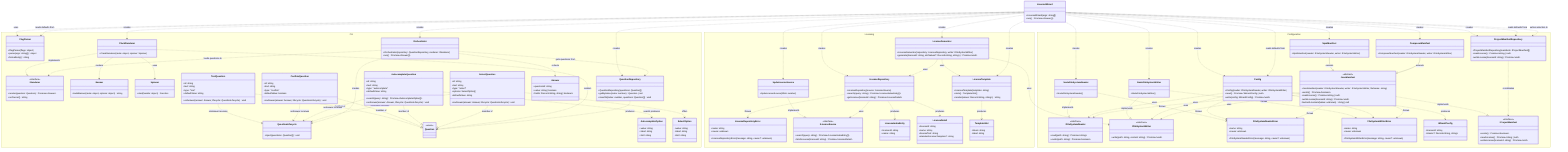
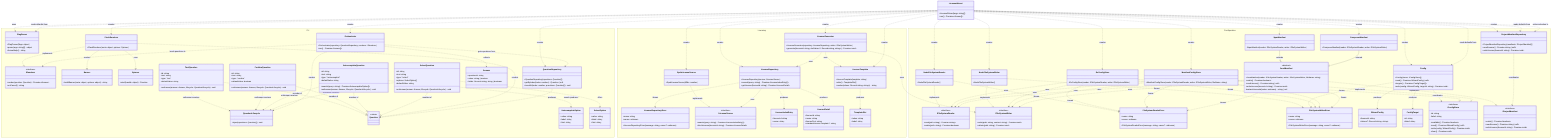
classDiagram
  direction TB

  class LicenseWizard {
    +LicenseWizard(args: string[])
    +run() Promise~Answer[]~
  }

  namespace CLI {
    class FlagParser {
      +FlagParser(flags: object)
      +parse(args: string[]) object
      +formatHelp() string
    }

    class Orchestrator {
      +Orchestrator(repository: QuestionRepository, renderer: IRenderer)
      +run() Promise~Answer[]~
    }

    class IRenderer {
      <<interface>>
      +render(question: Question) Promise~Answer~
      +onCancel() string
    }

    class ClackRenderer {
      +ClackRenderer(meta: object, spinner: Spinner)
    }

    class Banner {
      +buildBanner(meta: object, options: object) string
    }

    class Spinner {
      +start(handle: object) Function
    }

    class QuestionRepository {
      +QuestionRepository(questions: Question[])
      +getByIndex(index: number) Question | null
      +insertAt(index: number, questions: Question[]) void
    }

    class QuestionLifecycle {
      +inject(questions: Question[]) void
    }

    class Question {
      <<union>>
    }

    class TextQuestion {
      +id: string
      +text: string
      +type: "text"
      +defaultValue: string
      +onAnswer(answer: Answer, lifecycle: QuestionLifecycle) void
    }

    class ConfirmQuestion {
      +id: string
      +text: string
      +type: "confirm"
      +defaultValue: boolean
      +onAnswer(answer: Answer, lifecycle: QuestionLifecycle) void
    }

    class AutocompleteQuestion {
      +id: string
      +text: string
      +type: "autocomplete"
      +defaultValue: string
      +search(query: string) Promise~AutocompleteOption[]~
      +onAnswer(answer: Answer, lifecycle: QuestionLifecycle) void
    }

    class AutocompleteOption {
      +value: string
      +label: string
      +hint: string
    }

    class SelectQuestion {
      +id: string
      +text: string
      +type: "select"
      +options: SelectOption[]
      +defaultValue: string
      +onAnswer(answer: Answer, lifecycle: QuestionLifecycle) void
    }

    class SelectOption {
      +value: string
      +label: string
      +hint: string
    }

    class Answer {
      +questionId: string
      +value: string | boolean
      +fields: Record~string, string | boolean~
    }
  }

  namespace Licensing {
    class LicenseRepository {
      +LicenseRepository(source: ILicenseSource)
      +search(query: string) Promise~LicenseIndexEntry[]~
      +getLicense(licenseId: string) Promise~LicenseDetail~
    }

    class LicenseRepositoryError {
      +name: string
      +cause: unknown
      +LicenseRepositoryError(message: string, cause?: unknown)
    }

    class ILicenseSource {
      <<interface>>
      +search(query: string) Promise~LicenseIndexEntry[]~
      +fetchLicense(licenseId: string) Promise~LicenseDetail~
    }

    class SpdxLicenseSource {
      +SpdxLicenseSource(ttlMs: number)
    }

    class LicenseIndexEntry {
      +licenseId: string
      +name: string
    }

    class LicenseDetail {
      +licenseId: string
      +name: string
      +licenseText: string
      +standardLicenseTemplate?: string
    }

    class LicenseTemplate {
      +LicenseTemplate(template: string)
      +slots() TemplateSlot[]
      +render(values: Record~string, string~) string
    }

    class TemplateSlot {
      +token: string
      +label: string
    }

    class LicenseGenerator {
      +LicenseGenerator(repository: LicenseRepository, writer: IFileSystemWriter)
      +generate(licenseId: string, slotValues?: Record~string, string~) Promise~void~
    }
  }

  namespace Configuration {
    class IFileSystemReader {
      <<interface>>
      +read(path: string) Promise~string~
      +exists(path: string) Promise~boolean~
    }

    class IFileSystemWriter {
      <<interface>>
      +write(path: string, content: string) Promise~void~
+       +delete(path: string) Promise~void~
    }

    class NodeFileSystemReader {
      +NodeFileSystemReader()
    }

    class NodeFileSystemWriter {
      +NodeFileSystemWriter()
    }

    class FileSystemReaderError {
      +name: string
      +cause: unknown
      +FileSystemReaderError(message: string, cause?: unknown)
    }

    class FileSystemWriterError {
      +name: string
      +cause: unknown
      +FileSystemWriterError(message: string, cause?: unknown)
    }

    class WizardConfig {
      +licenseId: string
      +tokens?: Record~string, string~
    }

-     class Config {
-       +Config(reader: IFileSystemReader, writer: IFileSystemWriter)
+     class ConfigTarget {
+       +id: string
+       +label: string
+     }
+ 
+     class IConfigStore {
+       <<interface>>
+       +id: string
+       +label: string
+       +available() Promise~boolean~
      +read() Promise~WizardConfig | null~
      +write(config: WizardConfig) Promise~void~
+       +clear() Promise~void~
+     }
+ 
+     class RcConfigStore {
+       +RcConfigStore(reader: IFileSystemReader, writer: IFileSystemWriter)
+     }
+ 
+     class ManifestConfigStore {
+       +ManifestConfigStore(reader: IFileSystemReader, writer: IFileSystemWriter, fileName: string)
+     }
+ 
+     class Config {
+       +Config(stores: IConfigStore[])
+       +read() Promise~WizardConfig | null~
+       +targets() Promise~ConfigTarget[]~
+       +write(config: WizardConfig, targetId: string) Promise~void~
    }

    class IProjectManifest {
      <<interface>>
      +exists() Promise~boolean~
      +readLicense() Promise~string | null~
      +writeLicense(licenseId: string) Promise~void~
    }

    class JsonManifest {
      <<abstract>>
      +JsonManifest(reader: IFileSystemReader, writer: IFileSystemWriter, fileName: string)
      +exists() Promise~boolean~
      +readLicense() Promise~string | null~
      +writeLicense(licenseId: string) Promise~void~
      #extractLicenseId(value: unknown)* string | null
    }

    class NpmManifest {
      +NpmManifest(reader: IFileSystemReader, writer: IFileSystemWriter)
    }

    class ComposerManifest {
      +ComposerManifest(reader: IFileSystemReader, writer: IFileSystemWriter)
    }

    class ProjectManifestRepository {
      +ProjectManifestRepository(manifests: IProjectManifest[])
      +readLicense() Promise~string | null~
      +writeLicense(licenseId: string) Promise~void~
    }
  }

  TextQuestion ..|> Question : member of
  ConfirmQuestion ..|> Question : member of
  AutocompleteQuestion ..|> Question : member of
  SelectQuestion ..|> Question : member of
  TextQuestion ..> QuestionLifecycle : onAnswer receives
  ConfirmQuestion ..> QuestionLifecycle : onAnswer receives
  AutocompleteQuestion ..> QuestionLifecycle : onAnswer receives
  SelectQuestion ..> QuestionLifecycle : onAnswer receives
  SelectQuestion ..> SelectOption : offers
  Orchestrator ..> QuestionLifecycle : creates
  ClackRenderer ..|> IRenderer : implements
  ClackRenderer ..> Spinner : uses
  ClackRenderer ..> Banner : renders
  LicenseWizard ..> FlagParser : uses
  LicenseWizard ..> FlagParser : reads defaults from
  LicenseWizard ..> QuestionRepository : creates
  LicenseWizard ..> ClackRenderer : creates
  LicenseWizard ..> Orchestrator : creates
  LicenseWizard ..> SpdxLicenseSource : creates
  LicenseWizard ..> LicenseRepository : creates
  LicenseWizard ..> LicenseGenerator : creates
  Orchestrator ..> QuestionRepository : gets questions from
  Orchestrator ..> IRenderer : feeds questions to
  ClackRenderer ..> Question : renders
  QuestionRepository ..> Question : produces
  AutocompleteQuestion ..> AutocompleteOption : search produces
  Orchestrator ..> Answer : collects
  SpdxLicenseSource ..|> ILicenseSource : implements
  LicenseRepository ..> ILicenseSource : uses
  LicenseRepository ..> LicenseIndexEntry : produces
  LicenseRepository ..> LicenseDetail : produces
  LicenseRepository ..> LicenseRepositoryError : throws
  LicenseGenerator ..> LicenseRepository : uses
  LicenseGenerator ..> IFileSystemWriter : uses
  LicenseGenerator ..> LicenseTemplate : uses
  LicenseTemplate ..> TemplateSlot : produces
  LicenseWizard ..> LicenseTemplate : creates
  NodeFileSystemReader ..|> IFileSystemReader : implements
  NodeFileSystemWriter ..|> IFileSystemWriter : implements
  NodeFileSystemReader ..> FileSystemReaderError : throws
  NodeFileSystemWriter ..> FileSystemWriterError : throws
-   Config ..> IFileSystemReader : uses
-   Config ..> IFileSystemWriter : uses
+   Config ..> IConfigStore : coordinates
  Config ..> WizardConfig : produces
-   Config ..> FileSystemReaderError : throws
+   Config ..> ConfigTarget : produces
  Config ..> FileSystemWriterError : throws
+   RcConfigStore ..|> IConfigStore : implements
+   ManifestConfigStore ..|> IConfigStore : implements
+   RcConfigStore ..> IFileSystemReader : uses
+   RcConfigStore ..> IFileSystemWriter : uses
+   RcConfigStore ..> FileSystemReaderError : throws
+   RcConfigStore ..> FileSystemWriterError : throws
+   ManifestConfigStore ..> IFileSystemReader : uses
+   ManifestConfigStore ..> IFileSystemWriter : uses
+   ManifestConfigStore ..> FileSystemReaderError : throws
+   ManifestConfigStore ..> FileSystemWriterError : throws
  JsonManifest ..|> IProjectManifest : implements
  NpmManifest --|> JsonManifest : extends
  ComposerManifest --|> JsonManifest : extends
  JsonManifest ..> IFileSystemReader : uses
  JsonManifest ..> IFileSystemWriter : uses
  JsonManifest ..> FileSystemReaderError : throws
  JsonManifest ..> FileSystemWriterError : throws
  ProjectManifestRepository ..> IProjectManifest : coordinates
  LicenseWizard ..> NodeFileSystemReader : creates
  LicenseWizard ..> NodeFileSystemWriter : creates
  LicenseWizard ..> Config : creates
  LicenseWizard ..> Config : reads defaults from
+   LicenseWizard ..> RcConfigStore : creates
+   LicenseWizard ..> ManifestConfigStore : creates
  LicenseWizard ..> NpmManifest : creates
  LicenseWizard ..> ComposerManifest : creates
  LicenseWizard ..> ProjectManifestRepository : creates
  LicenseWizard ..> ProjectManifestRepository : reads defaults from
  LicenseWizard ..> ProjectManifestRepository : writes selection to
